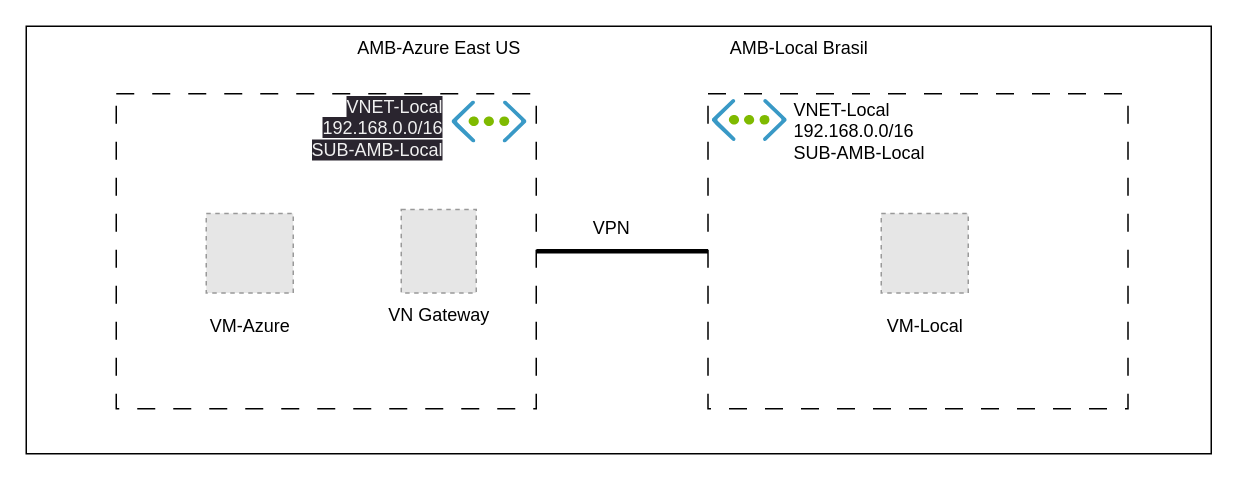
The draw.io diagram asdasde.drawio in Pedro-gabriel/Lanlinkwebsite, before the edit. Source tidied: cells renumbered, new cells numbered last; positions are measured from the earlier drawing's top-left corner, leaving out a move shared by most shapes. Both pictures are drawn from the tidied source at 150%, with x=0, y=0 at pixel (26, 26). Pictures stored in the file or linked from it are replaced by grey dashed boxes.
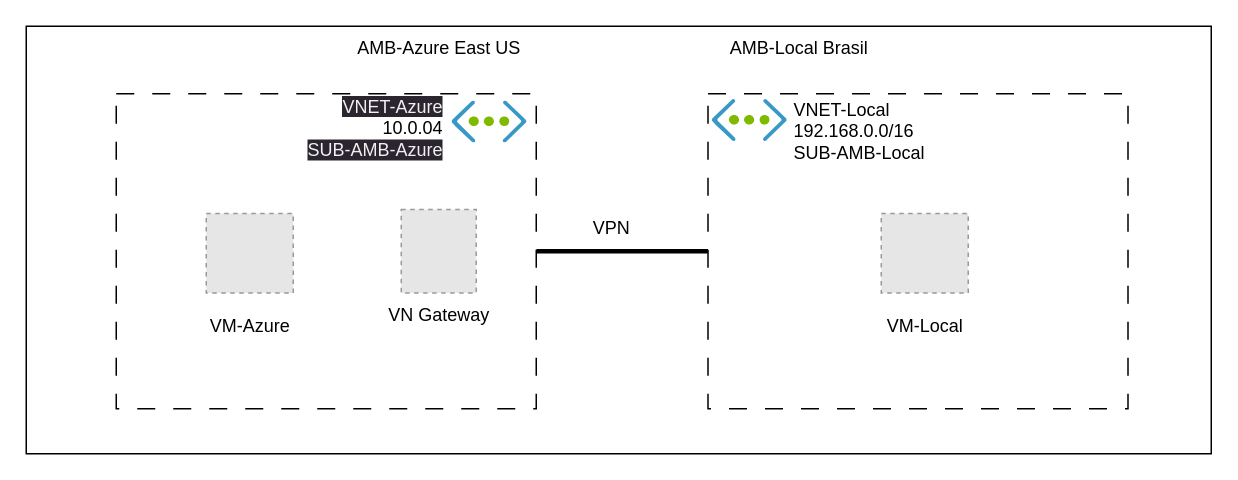
Above is the later version.

Diff of the diagram source:
```diff
@@
 <mxGraphModel>
   <root>
     <mxCell id="0" />
     <mxCell id="1" parent="0" />
     <mxCell id="2" style="rounded=0;whiteSpace=wrap;html=1;" parent="1" vertex="1">
       <mxGeometry width="790" height="285" as="geometry" />
     </mxCell>
     <mxCell id="3" style="edgeStyle=orthogonalEdgeStyle;rounded=0;jettySize=auto;html=1;entryX=0;entryY=0.5;entryDx=0;entryDy=0;endArrow=none;endFill=0;strokeWidth=3;" parent="1" edge="1" source="4" target="7">
       <mxGeometry relative="1" as="geometry" />
     </mxCell>
     <mxCell id="4" value="&lt;br&gt;" style="rounded=0;whiteSpace=wrap;html=1;dashed=1;dashPattern=12 12;" parent="1" vertex="1">
       <mxGeometry x="60" y="45" width="280" height="210" as="geometry" />
     </mxCell>
     <mxCell id="5" style="fillColor=#E6E6E6;strokeColor=#999999;dashed=1;verticalLabelPosition=bottom;labelBackgroundColor=#ffffff;verticalAlign=top;" parent="1" vertex="1">
       <mxGeometry x="120" y="124.8" width="58" height="53" as="geometry" />
     </mxCell>
     <mxCell id="6" style="fillColor=#E6E6E6;strokeColor=#999999;dashed=1;verticalLabelPosition=bottom;labelBackgroundColor=#ffffff;verticalAlign=top;" parent="1" vertex="1">
       <mxGeometry x="250" y="122.2" width="50" height="55.6" as="geometry" />
     </mxCell>
     <mxCell id="7" style="rounded=0;whiteSpace=wrap;html=1;dashed=1;dashPattern=12 12;" parent="1" vertex="1">
       <mxGeometry x="454.5" y="45" width="280" height="210" as="geometry" />
     </mxCell>
     <mxCell id="8" style="fillColor=#E6E6E6;strokeColor=#999999;dashed=1;verticalLabelPosition=bottom;labelBackgroundColor=#ffffff;verticalAlign=top;" parent="1" vertex="1">
       <mxGeometry x="570" y="124.8" width="58" height="53" as="geometry" />
     </mxCell>
     <mxCell id="9" value="AMB-Azure East US" style="text;html=1;align=center;verticalAlign=middle;strokeColor=none;fillColor=none;" parent="1" vertex="1">
       <mxGeometry x="210" width="130" height="30" as="geometry" />
     </mxCell>
     <mxCell id="10" value="AMB-Local Brasil" style="text;html=1;align=center;verticalAlign=middle;strokeColor=none;fillColor=none;" parent="1" vertex="1">
       <mxGeometry x="454.5" width="120" height="30" as="geometry" />
     </mxCell>
     <mxCell id="11" value="VM-Azure" style="text;html=1;align=center;verticalAlign=middle;strokeColor=none;fillColor=none;" parent="1" vertex="1">
       <mxGeometry x="109" y="185" width="80" height="30" as="geometry" />
     </mxCell>
     <mxCell id="12" value="VM-Local" style="text;html=1;align=center;verticalAlign=middle;strokeColor=none;fillColor=none;" parent="1" vertex="1">
       <mxGeometry x="564" y="185" width="70" height="30" as="geometry" />
     </mxCell>
     <mxCell id="13" value="VNET-Local&lt;br&gt;192.168.0.0/16&lt;br&gt;SUB-AMB-Local" style="text;html=1;align=left;verticalAlign=middle;strokeColor=none;fillColor=none;" parent="1" vertex="1">
       <mxGeometry x="510" y="40" width="110" height="60" as="geometry" />
     </mxCell>
     <mxCell id="14" value="VPN" style="text;html=1;align=center;verticalAlign=middle;strokeColor=none;fillColor=none;" parent="1" vertex="1">
       <mxGeometry x="365" y="120" width="50" height="30" as="geometry" />
     </mxCell>
     <mxCell id="15" style="image;sketch=0;html=1;align=center;fontSize=12;image=img/lib/mscae/Virtual_Network.svg;" parent="1" vertex="1">
       <mxGeometry x="457.5" y="49" width="50" height="28" as="geometry" />
     </mxCell>
-    <mxCell id="16" value="&lt;span style=&quot;color: rgb(240, 240, 240); font-family: Helvetica; font-size: 12px; font-style: normal; font-variant-ligatures: normal; font-variant-caps: normal; font-weight: 400; letter-spacing: normal; orphans: 2; text-indent: 0px; text-transform: none; widows: 2; word-spacing: 0px; -webkit-text-stroke-width: 0px; background-color: rgb(42, 37, 47); text-decoration-thickness: initial; text-decoration-style: initial; text-decoration-color: initial; float: none; display: inline !important;&quot;&gt;VNET-Local&lt;/span&gt;&lt;br style=&quot;border-color: rgb(0, 0, 0); color: rgb(240, 240, 240); font-family: Helvetica; font-size: 12px; font-style: normal; font-variant-ligatures: normal; font-variant-caps: normal; font-weight: 400; letter-spacing: normal; orphans: 2; text-indent: 0px; text-transform: none; widows: 2; word-spacing: 0px; -webkit-text-stroke-width: 0px; background-color: rgb(42, 37, 47); text-decoration-thickness: initial; text-decoration-style: initial; text-decoration-color: initial;&quot;&gt;&lt;span style=&quot;color: rgb(240, 240, 240); font-family: Helvetica; font-size: 12px; font-style: normal; font-variant-ligatures: normal; font-variant-caps: normal; font-weight: 400; letter-spacing: normal; orphans: 2; text-indent: 0px; text-transform: none; widows: 2; word-spacing: 0px; -webkit-text-stroke-width: 0px; background-color: rgb(42, 37, 47); text-decoration-thickness: initial; text-decoration-style: initial; text-decoration-color: initial; float: none; display: inline !important;&quot;&gt;192.168.0.0/16&lt;/span&gt;&lt;br style=&quot;border-color: rgb(0, 0, 0); color: rgb(240, 240, 240); font-family: Helvetica; font-size: 12px; font-style: normal; font-variant-ligatures: normal; font-variant-caps: normal; font-weight: 400; letter-spacing: normal; orphans: 2; text-indent: 0px; text-transform: none; widows: 2; word-spacing: 0px; -webkit-text-stroke-width: 0px; background-color: rgb(42, 37, 47); text-decoration-thickness: initial; text-decoration-style: initial; text-decoration-color: initial;&quot;&gt;&lt;span style=&quot;color: rgb(240, 240, 240); font-family: Helvetica; font-size: 12px; font-style: normal; font-variant-ligatures: normal; font-variant-caps: normal; font-weight: 400; letter-spacing: normal; orphans: 2; text-indent: 0px; text-transform: none; widows: 2; word-spacing: 0px; -webkit-text-stroke-width: 0px; background-color: rgb(42, 37, 47); text-decoration-thickness: initial; text-decoration-style: initial; text-decoration-color: initial; float: none; display: inline !important;&quot;&gt;SUB-AMB-Local&lt;/span&gt;" style="text;whiteSpace=wrap;html=1;align=right;" parent="1" vertex="1">
+    <mxCell id="16" value="&lt;span style=&quot;color: rgb(240, 240, 240); font-family: Helvetica; font-size: 12px; font-style: normal; font-variant-ligatures: normal; font-variant-caps: normal; font-weight: 400; letter-spacing: normal; orphans: 2; text-indent: 0px; text-transform: none; widows: 2; word-spacing: 0px; -webkit-text-stroke-width: 0px; background-color: rgb(42, 37, 47); text-decoration-thickness: initial; text-decoration-style: initial; text-decoration-color: initial; float: none; display: inline !important;&quot;&gt;VNET-Azure&lt;/span&gt;&lt;br style=&quot;border-color: rgb(0, 0, 0); color: rgb(240, 240, 240); font-family: Helvetica; font-size: 12px; font-style: normal; font-variant-ligatures: normal; font-variant-caps: normal; font-weight: 400; letter-spacing: normal; orphans: 2; text-indent: 0px; text-transform: none; widows: 2; word-spacing: 0px; -webkit-text-stroke-width: 0px; background-color: rgb(42, 37, 47); text-decoration-thickness: initial; text-decoration-style: initial; text-decoration-color: initial;&quot;&gt; 10.0.04 &lt;br style=&quot;border-color: rgb(0, 0, 0); color: rgb(240, 240, 240); font-family: Helvetica; font-size: 12px; font-style: normal; font-variant-ligatures: normal; font-variant-caps: normal; font-weight: 400; letter-spacing: normal; orphans: 2; text-indent: 0px; text-transform: none; widows: 2; word-spacing: 0px; -webkit-text-stroke-width: 0px; background-color: rgb(42, 37, 47); text-decoration-thickness: initial; text-decoration-style: initial; text-decoration-color: initial;&quot;&gt;&lt;span style=&quot;color: rgb(240, 240, 240); font-family: Helvetica; font-size: 12px; font-style: normal; font-variant-ligatures: normal; font-variant-caps: normal; font-weight: 400; letter-spacing: normal; orphans: 2; text-indent: 0px; text-transform: none; widows: 2; word-spacing: 0px; -webkit-text-stroke-width: 0px; background-color: rgb(42, 37, 47); text-decoration-thickness: initial; text-decoration-style: initial; text-decoration-color: initial; float: none; display: inline !important;&quot;&gt;SUB-AMB-Azure&lt;/span&gt;" style="text;whiteSpace=wrap;html=1;align=right;" parent="1" vertex="1">
       <mxGeometry x="160" y="40" width="120" height="70" as="geometry" />
     </mxCell>
     <mxCell id="17" style="image;sketch=0;html=1;align=center;fontSize=12;image=img/lib/mscae/Virtual_Network.svg;" parent="1" vertex="1">
       <mxGeometry x="284" y="50" width="50" height="28" as="geometry" />
     </mxCell>
     <mxCell id="18" value="VN Gateway" style="text;html=1;align=center;verticalAlign=middle;strokeColor=none;fillColor=none;" parent="1" vertex="1">
       <mxGeometry x="230" y="177.8" width="90" height="30" as="geometry" />
     </mxCell>
   </root>
 </mxGraphModel>
```
